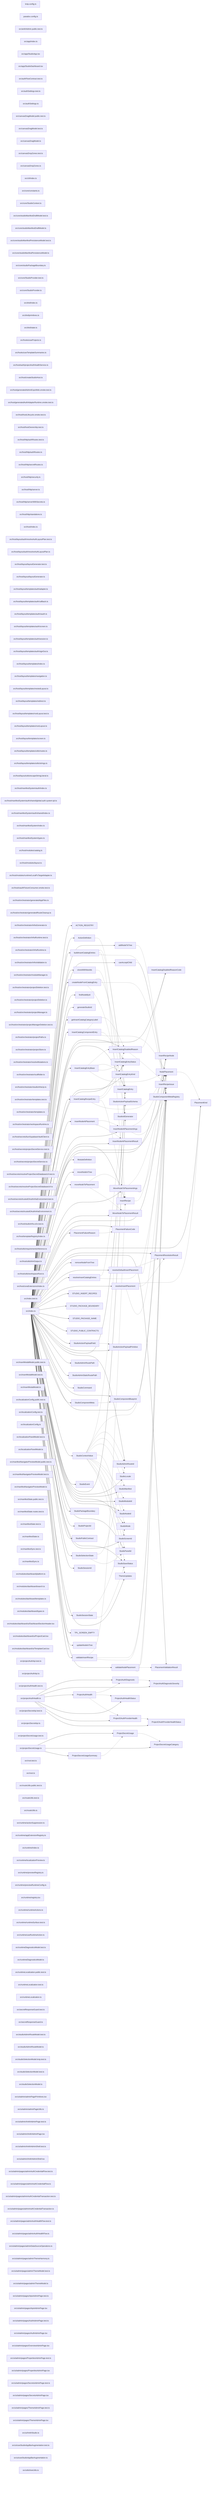
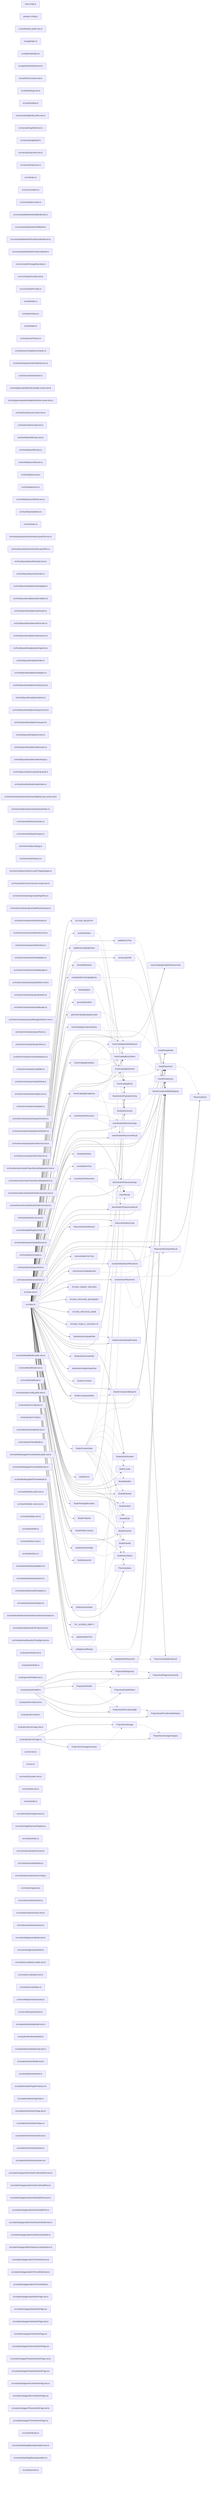
graph LR
  module_knip_config_ts["knip.config.ts"]
  module_paradox_config_ts["paradox.config.ts"]
  module_src_ankhAdmin_public_test_ts["src/ankhAdmin.public.test.ts"]
  module_src_app_index_ts["src/app/index.ts"]
  module_src_app_StudioApp_tsx["src/app/StudioApp.tsx"]
  module_src_app_StudioDashboard_tsx["src/app/StudioDashboard.tsx"]
  module_src_authFlowContract_test_ts["src/authFlowContract.test.ts"]
  module_src_authSettings_test_ts["src/authSettings.test.ts"]
  module_src_authSettings_ts["src/authSettings.ts"]
  module_src_canvasDragModel_public_test_ts["src/canvasDragModel.public.test.ts"]
  module_src_canvasDragModel_test_ts["src/canvasDragModel.test.ts"]
  module_src_canvasDragModel_ts["src/canvasDragModel.ts"]
  module_src_canvasDropZones_test_ts["src/canvasDropZones.test.ts"]
  module_src_canvasDropZones_ts["src/canvasDropZones.ts"]
  module_src_cli_index_ts["src/cli/index.ts"]
  module_src_core_constants_ts["src/core/constants.ts"]
  module_src_core_StudioContext_ts["src/core/StudioContext.ts"]
  module_src_core_studioManifestDraftModel_test_ts["src/core/studioManifestDraftModel.test.ts"]
  module_src_core_studioManifestDraftModel_ts["src/core/studioManifestDraftModel.ts"]
  module_src_core_studioManifestPersistenceModel_test_ts["src/core/studioManifestPersistenceModel.test.ts"]
  module_src_core_studioManifestPersistenceModel_ts["src/core/studioManifestPersistenceModel.ts"]
  module_src_core_studioPackageBoundary_ts["src/core/studioPackageBoundary.ts"]
  module_src_core_StudioProvider_test_ts["src/core/StudioProvider.test.ts"]
  module_src_core_StudioProvider_ts["src/core/StudioProvider.ts"]
  module_src_dnd_index_ts["src/dnd/index.ts"]
  module_src_dnd_primitives_ts["src/dnd/primitives.ts"]
  module_src_dnd_state_ts["src/dnd/state.ts"]
  module_src_hooks_useProjects_ts["src/hooks/useProjects.ts"]
  module_src_hooks_useTemplateSummaries_ts["src/hooks/useTemplateSummaries.ts"]
  module_src_host_auth_projectAuthHealthService_ts["src/host/auth/projectAuthHealthService.ts"]
  module_src_host_createStudioHost_ts["src/host/createStudioHost.ts"]
  module_src_host_generatedAdminExpoWeb_smoke_test_ts["src/host/generatedAdminExpoWeb.smoke.test.ts"]
  module_src_host_generatedAuthAdapterRuntime_smoke_test_ts["src/host/generatedAuthAdapterRuntime.smoke.test.ts"]
  module_src_host_hostLifecycle_smoke_test_ts["src/host/hostLifecycle.smoke.test.ts"]
  module_src_host_hostOwnership_test_ts["src/host/hostOwnership.test.ts"]
  module_src_host_http_authRoutes_test_ts["src/host/http/authRoutes.test.ts"]
  module_src_host_http_authRoutes_ts["src/host/http/authRoutes.ts"]
  module_src_host_http_secretRoutes_ts["src/host/http/secretRoutes.ts"]
  module_src_host_http_security_ts["src/host/http/security.ts"]
  module_src_host_http_server_ts["src/host/http/server.ts"]
  module_src_host_http_serverWithSecrets_ts["src/host/http/serverWithSecrets.ts"]
  module_src_host_http_standalone_ts["src/host/http/standalone.ts"]
  module_src_host_index_ts["src/host/index.ts"]
  module_src_host_layout_auth_resolveAuthLayoutPlan_test_ts["src/host/layout/auth/resolveAuthLayoutPlan.test.ts"]
  module_src_host_layout_auth_resolveAuthLayoutPlan_ts["src/host/layout/auth/resolveAuthLayoutPlan.ts"]
  module_src_host_layout_layoutGenerator_test_ts["src/host/layout/layoutGenerator.test.ts"]
  module_src_host_layout_layoutGenerator_ts["src/host/layout/layoutGenerator.ts"]
  module_src_host_layout_templates_auth_adapter_ts["src/host/layout/templates/auth/adapter.ts"]
  module_src_host_layout_templates_auth_callback_ts["src/host/layout/templates/auth/callback.ts"]
  module_src_host_layout_templates_auth_oauth_ts["src/host/layout/templates/auth/oauth.ts"]
  module_src_host_layout_templates_auth_screen_ts["src/host/layout/templates/auth/screen.ts"]
  module_src_host_layout_templates_auth_session_ts["src/host/layout/templates/auth/session.ts"]
  module_src_host_layout_templates_auth_signOut_ts["src/host/layout/templates/auth/signOut.ts"]
  module_src_host_layout_templates_index_ts["src/host/layout/templates/index.ts"]
  module_src_host_layout_templates_navigation_ts["src/host/layout/templates/navigation.ts"]
  module_src_host_layout_templates_nestedLayout_ts["src/host/layout/templates/nestedLayout.ts"]
  module_src_host_layout_templates_redirect_ts["src/host/layout/templates/redirect.ts"]
  module_src_host_layout_templates_rootLayout_test_ts["src/host/layout/templates/rootLayout.test.ts"]
  module_src_host_layout_templates_rootLayout_ts["src/host/layout/templates/rootLayout.ts"]
  module_src_host_layout_templates_screen_ts["src/host/layout/templates/screen.ts"]
  module_src_host_layout_templates_utils_routes_ts["src/host/layout/templates/utils/routes.ts"]
  module_src_host_layout_templates_utils_strings_ts["src/host/layout/templates/utils/strings.ts"]
  module_src_host_layout_utils_escapeStringLiteral_ts["src/host/layout/utils/escapeStringLiteral.ts"]
  module_src_host_manifestSystem_auth_index_ts["src/host/manifestSystem/auth/index.ts"]
  module_src_host_manifestSystem_auth_shared_global_auth_system_tpl_ts["src/host/manifestSystem/auth/shared/global.auth.system.tpl.ts"]
  module_src_host_manifestSystem_auth_shared_index_ts["src/host/manifestSystem/auth/shared/index.ts"]
  module_src_host_manifestSystem_index_ts["src/host/manifestSystem/index.ts"]
  module_src_host_manifestSystem_types_ts["src/host/manifestSystem/types.ts"]
  module_src_host_modules_catalog_ts["src/host/modules/catalog.ts"]
  module_src_host_modules_layout_ts["src/host/modules/layout.ts"]
  module_src_host_modules_runtime_LocalFsTargetAdapter_ts["src/host/modules/runtime/LocalFsTargetAdapter.ts"]
  module_src_host_oauthFixtureConsumer_smoke_test_ts["src/host/oauthFixtureConsumer.smoke.test.ts"]
  module_src_host_orchestrator_generatedAppFiles_ts["src/host/orchestrator/generatedAppFiles.ts"]
  module_src_host_orchestrator_generatedRouteCleanup_ts["src/host/orchestrator/generatedRouteCleanup.ts"]
  module_src_host_orchestrator_infraGenerator_ts["src/host/orchestrator/infraGenerator.ts"]
  module_src_host_orchestrator_infraRuntime_test_ts["src/host/orchestrator/infraRuntime.test.ts"]
  module_src_host_orchestrator_infraRuntime_ts["src/host/orchestrator/infraRuntime.ts"]
  module_src_host_orchestrator_infraValidation_ts["src/host/orchestrator/infraValidation.ts"]
  module_src_host_orchestrator_moduleManager_ts["src/host/orchestrator/moduleManager.ts"]
  module_src_host_orchestrator_projectDeletion_test_ts["src/host/orchestrator/projectDeletion.test.ts"]
  module_src_host_orchestrator_projectDeletion_ts["src/host/orchestrator/projectDeletion.ts"]
  module_src_host_orchestrator_projectManager_ts["src/host/orchestrator/projectManager.ts"]
  module_src_host_orchestrator_projectManagerDeletion_test_ts["src/host/orchestrator/projectManagerDeletion.test.ts"]
  module_src_host_orchestrator_projectPaths_ts["src/host/orchestrator/projectPaths.ts"]
  module_src_host_orchestrator_projectStore_ts["src/host/orchestrator/projectStore.ts"]
  module_src_host_orchestrator_resolveMutations_ts["src/host/orchestrator/resolveMutations.ts"]
  module_src_host_orchestrator_scaffolder_ts["src/host/orchestrator/scaffolder.ts"]
  module_src_host_orchestrator_studioInfraUp_ts["src/host/orchestrator/studioInfraUp.ts"]
  module_src_host_orchestrator_templates_test_ts["src/host/orchestrator/templates.test.ts"]
  module_src_host_orchestrator_templates_ts["src/host/orchestrator/templates.ts"]
  module_src_host_orchestrator_workspaceRuntime_ts["src/host/orchestrator/workspaceRuntime.ts"]
  module_src_host_secrets_bunSupabaseVaultClient_ts["src/host/secrets/bunSupabaseVaultClient.ts"]
  module_src_host_secrets_projectSecretService_test_ts["src/host/secrets/projectSecretService.test.ts"]
  module_src_host_secrets_projectSecretService_ts["src/host/secrets/projectSecretService.ts"]
  module_src_host_secrets_resolveProjectSecretDatabaseUrl_test_ts["src/host/secrets/resolveProjectSecretDatabaseUrl.test.ts"]
  module_src_host_secrets_resolveProjectSecretDatabaseUrl_ts["src/host/secrets/resolveProjectSecretDatabaseUrl.ts"]
  module_src_host_secrets_trustedOAuthInfraEnvironment_test_ts["src/host/secrets/trustedOAuthInfraEnvironment.test.ts"]
  module_src_host_secrets_trustedOAuthInfraEnvironment_ts["src/host/secrets/trustedOAuthInfraEnvironment.ts"]
  module_src_host_studioInfra_e2e_test_ts["src/host/studioInfra.e2e.test.ts"]
  module_src_host_templateRegistry_index_ts["src/host/templateRegistry/index.ts"]
  module_src_host_utils_requirementsInference_ts["src/host/utils/requirementsInference.ts"]
  module_src_host_utils_trimOutput_ts["src/host/utils/trimOutput.ts"]
  module_src_host_utils_workspaceRoot_ts["src/host/utils/workspaceRoot.ts"]
  module_src_host_zoraExtensions_index_ts["src/host/zoraExtensions/index.ts"]
  module_src_index_test_ts["src/index.test.ts"]
  module_src_index_ts["src/index.ts"]
  module_src_insertModalModel_public_test_ts["src/insertModalModel.public.test.ts"]
  module_src_insertModalModel_test_ts["src/insertModalModel.test.ts"]
  module_src_insertModalModel_ts["src/insertModalModel.ts"]
  module_src_localizationConfig_public_test_ts["src/localizationConfig.public.test.ts"]
  module_src_localizationConfig_test_ts["src/localizationConfig.test.ts"]
  module_src_localizationConfig_ts["src/localizationConfig.ts"]
  module_src_localizationPanelModel_test_ts["src/localizationPanelModel.test.ts"]
  module_src_localizationPanelModel_ts["src/localizationPanelModel.ts"]
  module_src_manifestNavigatorPreviewModel_public_test_ts["src/manifestNavigatorPreviewModel.public.test.ts"]
  module_src_manifestNavigatorPreviewModel_test_ts["src/manifestNavigatorPreviewModel.test.ts"]
  module_src_manifestNavigatorPreviewModel_ts["src/manifestNavigatorPreviewModel.ts"]
  module_src_manifestState_public_test_ts["src/manifestState.public.test.ts"]
  module_src_manifestState_routes_test_ts["src/manifestState.routes.test.ts"]
  module_src_manifestState_test_ts["src/manifestState.test.ts"]
  module_src_manifestState_ts["src/manifestState.ts"]
  module_src_manifestSync_test_ts["src/manifestSync.test.ts"]
  module_src_manifestSync_ts["src/manifestSync.ts"]
  module_src_modules_dashboard_platform_ts["src/modules/dashboard/platform.ts"]
  module_src_modules_dashboard_search_ts["src/modules/dashboard/search.ts"]
  module_src_modules_dashboard_templates_ts["src/modules/dashboard/templates.ts"]
  module_src_modules_dashboard_types_ts["src/modules/dashboard/types.ts"]
  module_src_modules_dashboard_ui_DashboardSectionHeader_tsx["src/modules/dashboard/ui/DashboardSectionHeader.tsx"]
  module_src_modules_dashboard_ui_ProjectCard_tsx["src/modules/dashboard/ui/ProjectCard.tsx"]
  module_src_modules_dashboard_ui_TemplateCard_tsx["src/modules/dashboard/ui/TemplateCard.tsx"]
  module_src_projectAuthApi_test_ts["src/projectAuthApi.test.ts"]
  module_src_projectAuthApi_ts["src/projectAuthApi.ts"]
  module_src_projectAuthHealth_test_ts["src/projectAuthHealth.test.ts"]
  module_src_projectAuthHealth_ts["src/projectAuthHealth.ts"]
  module_src_projectSecretApi_test_ts["src/projectSecretApi.test.ts"]
  module_src_projectSecretApi_ts["src/projectSecretApi.ts"]
  module_src_projectSecretUsage_test_ts["src/projectSecretUsage.test.ts"]
  module_src_projectSecretUsage_ts["src/projectSecretUsage.ts"]
  module_src_root_test_ts["src/root.test.ts"]
  module_src_root_ts["src/root.ts"]
  module_src_routeUtils_public_test_ts["src/routeUtils.public.test.ts"]
  module_src_routeUtils_test_ts["src/routeUtils.test.ts"]
  module_src_routeUtils_ts["src/routeUtils.ts"]
  module_src_runtime_actionSuppression_ts["src/runtime/actionSuppression.ts"]
  module_src_runtime_appExtensionRegistry_ts["src/runtime/appExtensionRegistry.ts"]
  module_src_runtime_index_ts["src/runtime/index.ts"]
  module_src_runtime_localizationPreview_ts["src/runtime/localizationPreview.ts"]
  module_src_runtime_previewRegistry_ts["src/runtime/previewRegistry.ts"]
  module_src_runtime_previewRuntimeConfig_ts["src/runtime/previewRuntimeConfig.ts"]
  module_src_runtime_registry_tsx["src/runtime/registry.tsx"]
  module_src_runtime_runtimeActions_ts["src/runtime/runtimeActions.ts"]
  module_src_runtime_runtimeSurface_test_ts["src/runtime/runtimeSurface.test.ts"]
  module_src_runtime_useRuntimeAction_ts["src/runtime/useRuntimeAction.ts"]
  module_src_runtimeDiagnosticsModel_test_ts["src/runtimeDiagnosticsModel.test.ts"]
  module_src_runtimeDiagnosticsModel_ts["src/runtimeDiagnosticsModel.ts"]
  module_src_runtimeLocalization_public_test_ts["src/runtimeLocalization.public.test.ts"]
  module_src_runtimeLocalization_test_ts["src/runtimeLocalization.test.ts"]
  module_src_runtimeLocalization_ts["src/runtimeLocalization.ts"]
  module_src_secretResponseGuard_test_ts["src/secretResponseGuard.test.ts"]
  module_src_secretResponseGuard_ts["src/secretResponseGuard.ts"]
  module_src_studioAdminRouteModel_test_ts["src/studioAdminRouteModel.test.ts"]
  module_src_studioAdminRouteModel_ts["src/studioAdminRouteModel.ts"]
  module_src_studioSelectionModel_knip_test_ts["src/studioSelectionModel.knip.test.ts"]
  module_src_studioSelectionModel_test_ts["src/studioSelectionModel.test.ts"]
  module_src_studioSelectionModel_ts["src/studioSelectionModel.ts"]
  module_src_ui_admin_adminPagePrimitives_tsx["src/ui/admin/adminPagePrimitives.tsx"]
  module_src_ui_admin_adminPageUtils_ts["src/ui/admin/adminPageUtils.ts"]
  module_src_ui_admin_AnkhAdminPage_test_ts["src/ui/admin/AnkhAdminPage.test.ts"]
  module_src_ui_admin_AnkhAdminPage_tsx["src/ui/admin/AnkhAdminPage.tsx"]
  module_src_ui_admin_AnkhAdminShell_test_ts["src/ui/admin/AnkhAdminShell.test.ts"]
  module_src_ui_admin_AnkhAdminShell_tsx["src/ui/admin/AnkhAdminShell.tsx"]
+   module_src_ui_admin_AuthAdminSession_tsx["src/ui/admin/AuthAdminSession.tsx"]
  module_src_ui_admin_pages_adminAuthCredentialFlow_test_ts["src/ui/admin/pages/adminAuthCredentialFlow.test.ts"]
  module_src_ui_admin_pages_adminAuthCredentialFlow_ts["src/ui/admin/pages/adminAuthCredentialFlow.ts"]
-   module_src_ui_admin_pages_adminAuthCredentialTransaction_test_ts["src/ui/admin/pages/adminAuthCredentialTransaction.test.ts"]
-   module_src_ui_admin_pages_adminAuthCredentialTransaction_ts["src/ui/admin/pages/adminAuthCredentialTransaction.ts"]
  module_src_ui_admin_pages_adminAuthHealthFlow_test_ts["src/ui/admin/pages/adminAuthHealthFlow.test.ts"]
  module_src_ui_admin_pages_adminAuthHealthFlow_ts["src/ui/admin/pages/adminAuthHealthFlow.ts"]
+   module_src_ui_admin_pages_adminAuthSessionModel_test_ts["src/ui/admin/pages/adminAuthSessionModel.test.ts"]
+   module_src_ui_admin_pages_adminAuthSessionModel_ts["src/ui/admin/pages/adminAuthSessionModel.ts"]
  module_src_ui_admin_pages_adminDataSourceOperations_ts["src/ui/admin/pages/adminDataSourceOperations.ts"]
  module_src_ui_admin_pages_adminThemeHarmony_ts["src/ui/admin/pages/adminThemeHarmony.ts"]
  module_src_ui_admin_pages_adminThemeModel_test_ts["src/ui/admin/pages/adminThemeModel.test.ts"]
  module_src_ui_admin_pages_adminThemeModel_ts["src/ui/admin/pages/adminThemeModel.ts"]
  module_src_ui_admin_pages_ApisAdminPage_test_ts["src/ui/admin/pages/ApisAdminPage.test.ts"]
  module_src_ui_admin_pages_ApisAdminPage_tsx["src/ui/admin/pages/ApisAdminPage.tsx"]
  module_src_ui_admin_pages_AuthAdminPage_test_ts["src/ui/admin/pages/AuthAdminPage.test.ts"]
  module_src_ui_admin_pages_AuthAdminPage_tsx["src/ui/admin/pages/AuthAdminPage.tsx"]
  module_src_ui_admin_pages_OverviewAdminPage_tsx["src/ui/admin/pages/OverviewAdminPage.tsx"]
  module_src_ui_admin_pages_PropertiesAdminPage_test_ts["src/ui/admin/pages/PropertiesAdminPage.test.ts"]
  module_src_ui_admin_pages_PropertiesAdminPage_tsx["src/ui/admin/pages/PropertiesAdminPage.tsx"]
  module_src_ui_admin_pages_SecretsAdminPage_test_ts["src/ui/admin/pages/SecretsAdminPage.test.ts"]
  module_src_ui_admin_pages_SecretsAdminPage_tsx["src/ui/admin/pages/SecretsAdminPage.tsx"]
  module_src_ui_admin_pages_ThemeAdminPage_test_ts["src/ui/admin/pages/ThemeAdminPage.test.ts"]
  module_src_ui_admin_pages_ThemeAdminPage_tsx["src/ui/admin/pages/ThemeAdminPage.tsx"]
  module_src_ui_AnkhStudio_ts["src/ui/AnkhStudio.ts"]
  module_src_ui_useStudioAppBarAugmentation_test_ts["src/ui/useStudioAppBarAugmentation.test.ts"]
  module_src_ui_useStudioAppBarAugmentation_ts["src/ui/useStudioAppBarAugmentation.ts"]
  module_src_utils_treeUtils_ts["src/utils/treeUtils.ts"]
  export_ACTION_REGISTRY["ACTION_REGISTRY"]
  module_src_index_ts --> export_ACTION_REGISTRY
  export_ActionDefinition["ActionDefinition"]
  module_src_index_ts --> export_ActionDefinition
  export_ActionDefinition -.-> export_StudioActionPayloadSchema
  export_addNodeToTree["addNodeToTree"]
  module_src_index_ts --> export_addNodeToTree
  export_addNodeToTree -.-> export_StudioComponentMetaRegistry
  export_buildInsertCatalogEntries["buildInsertCatalogEntries"]
  module_src_index_ts --> export_buildInsertCatalogEntries
  export_buildInsertCatalogEntries -.-> export_InsertCatalogEntry
  export_buildInsertCatalogEntries -.-> export_InsertRecipe
  export_buildInsertCatalogEntries -.-> export_StudioComponentMetaRegistry
  export_canAcceptChild["canAcceptChild"]
  module_src_index_ts --> export_canAcceptChild
  export_canAcceptChild -.-> export_StudioComponentMetaRegistry
  export_cloneWithNewIds["cloneWithNewIds"]
  module_src_index_ts --> export_cloneWithNewIds
  export_cloneWithNewIds -.-> export_StudioIdGenerator
  export_createNodeFromCatalogEntry["createNodeFromCatalogEntry"]
  module_src_index_ts --> export_createNodeFromCatalogEntry
  export_createNodeFromCatalogEntry -.-> export_InsertCatalogEntry
  export_createNodeFromCatalogEntry -.-> export_StudioComponentMetaRegistry
  export_createNodeFromCatalogEntry -.-> export_StudioIdGenerator
  export_findNodeById["findNodeById"]
  module_src_index_ts --> export_findNodeById
  export_generateStudioId["generateStudioId"]
  module_src_index_ts --> export_generateStudioId
  export_getInsertCatalogCategoryLabel["getInsertCatalogCategoryLabel"]
  module_src_index_ts --> export_getInsertCatalogCategoryLabel
  export_InsertCatalogComponentEntry["InsertCatalogComponentEntry"]
  module_src_index_ts --> export_InsertCatalogComponentEntry
  export_InsertCatalogComponentEntry -.-> export_InsertCatalogDisabledReason
  export_InsertCatalogComponentEntry -.-> export_InsertCatalogEntryStatus
  export_InsertCatalogComponentEntry -.-> export_NodePlacement
  export_InsertCatalogDisabledReason["InsertCatalogDisabledReason"]
  module_src_index_ts --> export_InsertCatalogDisabledReason
  export_InsertCatalogDisabledReason -.-> export_InsertCatalogDisabledReasonCode
  export_InsertCatalogDisabledReason -.-> export_InsertRecipeIssue
  export_InsertCatalogDisabledReasonCode["InsertCatalogDisabledReasonCode"]
  module_src_index_ts --> export_InsertCatalogDisabledReasonCode
  export_InsertCatalogEntry["InsertCatalogEntry"]
  module_src_index_ts --> export_InsertCatalogEntry
  export_InsertCatalogEntryBase["InsertCatalogEntryBase"]
  module_src_index_ts --> export_InsertCatalogEntryBase
  export_InsertCatalogEntryBase -.-> export_InsertCatalogDisabledReason
  export_InsertCatalogEntryBase -.-> export_InsertCatalogEntryKind
  export_InsertCatalogEntryBase -.-> export_InsertCatalogEntryStatus
  export_InsertCatalogEntryBase -.-> export_NodePlacement
  export_InsertCatalogEntryKind["InsertCatalogEntryKind"]
  module_src_index_ts --> export_InsertCatalogEntryKind
  export_InsertCatalogEntryStatus["InsertCatalogEntryStatus"]
  module_src_index_ts --> export_InsertCatalogEntryStatus
  export_InsertCatalogRecipeEntry["InsertCatalogRecipeEntry"]
  module_src_index_ts --> export_InsertCatalogRecipeEntry
  export_InsertCatalogRecipeEntry -.-> export_InsertCatalogDisabledReason
  export_InsertCatalogRecipeEntry -.-> export_InsertCatalogEntryStatus
  export_InsertCatalogRecipeEntry -.-> export_InsertRecipe
  export_InsertCatalogRecipeEntry -.-> export_NodePlacement
  export_insertNodeAtPlacement["insertNodeAtPlacement"]
  module_src_index_ts --> export_insertNodeAtPlacement
  export_insertNodeAtPlacement -.-> export_InsertNodeAtPlacementArgs
  export_insertNodeAtPlacement -.-> export_InsertNodeAtPlacementResult
  export_InsertNodeAtPlacementArgs["InsertNodeAtPlacementArgs"]
  module_src_index_ts --> export_InsertNodeAtPlacementArgs
  export_InsertNodeAtPlacementArgs -.-> export_NodePlacement
  export_InsertNodeAtPlacementArgs -.-> export_StudioComponentMetaRegistry
  export_InsertNodeAtPlacementResult["InsertNodeAtPlacementResult"]
  module_src_index_ts --> export_InsertNodeAtPlacementResult
  export_InsertRecipe["InsertRecipe"]
  module_src_index_ts --> export_InsertRecipe
  export_InsertRecipe -.-> export_InsertRecipeNode
  export_InsertRecipeIssue["InsertRecipeIssue"]
  module_src_index_ts --> export_InsertRecipeIssue
  export_InsertRecipeNode["InsertRecipeNode"]
  module_src_index_ts --> export_InsertRecipeNode
  export_ModuleDefinition["ModuleDefinition"]
  module_src_index_ts --> export_ModuleDefinition
  export_moveNodeInTree["moveNodeInTree"]
  module_src_index_ts --> export_moveNodeInTree
  export_moveNodeToPlacement["moveNodeToPlacement"]
  module_src_index_ts --> export_moveNodeToPlacement
  export_moveNodeToPlacement -.-> export_MoveNodeToPlacementArgs
  export_moveNodeToPlacement -.-> export_MoveNodeToPlacementResult
  export_MoveNodeToPlacementArgs["MoveNodeToPlacementArgs"]
  module_src_index_ts --> export_MoveNodeToPlacementArgs
  export_MoveNodeToPlacementArgs -.-> export_NodePlacement
  export_MoveNodeToPlacementArgs -.-> export_StudioComponentMetaRegistry
  export_MoveNodeToPlacementResult["MoveNodeToPlacementResult"]
  module_src_index_ts --> export_MoveNodeToPlacementResult
  export_NodePlacement["NodePlacement"]
  module_src_index_ts --> export_NodePlacement
  export_NodePlacement -.-> export_PlacementKind
  export_PlacementFailureCode["PlacementFailureCode"]
  module_src_index_ts --> export_PlacementFailureCode
  export_PlacementFailureReason["PlacementFailureReason"]
  module_src_index_ts --> export_PlacementFailureReason
  export_PlacementFailureReason -.-> export_PlacementFailureCode
  export_PlacementKind["PlacementKind"]
  module_src_index_ts --> export_PlacementKind
  export_PlacementResolutionResult["PlacementResolutionResult"]
  module_src_index_ts --> export_PlacementResolutionResult
  export_PlacementValidationResult["PlacementValidationResult"]
  module_src_index_ts --> export_PlacementValidationResult
  export_ProjectAuthDiagnostic["ProjectAuthDiagnostic"]
  module_src_projectAuthHealth_ts --> export_ProjectAuthDiagnostic
  export_ProjectAuthDiagnostic -.-> export_ProjectAuthDiagnosticSeverity
  export_ProjectAuthDiagnosticSeverity["ProjectAuthDiagnosticSeverity"]
  module_src_projectAuthHealth_ts --> export_ProjectAuthDiagnosticSeverity
  export_ProjectAuthHealth["ProjectAuthHealth"]
  module_src_projectAuthHealth_ts --> export_ProjectAuthHealth
  export_ProjectAuthHealth -.-> export_ProjectAuthDiagnostic
  export_ProjectAuthHealth -.-> export_ProjectAuthHealthStatus
  export_ProjectAuthHealth -.-> export_ProjectOAuthProviderHealth
  export_ProjectAuthHealthStatus["ProjectAuthHealthStatus"]
  module_src_projectAuthHealth_ts --> export_ProjectAuthHealthStatus
  export_ProjectOAuthProviderHealth["ProjectOAuthProviderHealth"]
  module_src_projectAuthHealth_ts --> export_ProjectOAuthProviderHealth
  export_ProjectOAuthProviderHealth -.-> export_ProjectOAuthProviderHealthStatus
  export_ProjectOAuthProviderHealthStatus["ProjectOAuthProviderHealthStatus"]
  module_src_projectAuthHealth_ts --> export_ProjectOAuthProviderHealthStatus
  export_ProjectSecretUsage["ProjectSecretUsage"]
  module_src_projectSecretUsage_ts --> export_ProjectSecretUsage
  export_ProjectSecretUsage -.-> export_ProjectSecretUsageCategory
  export_ProjectSecretUsageCategory["ProjectSecretUsageCategory"]
  module_src_projectSecretUsage_ts --> export_ProjectSecretUsageCategory
  export_ProjectSecretUsageSummary["ProjectSecretUsageSummary"]
  module_src_projectSecretUsage_ts --> export_ProjectSecretUsageSummary
  export_ProjectSecretUsageSummary -.-> export_ProjectSecretUsage
  export_removeNodeFromTree["removeNodeFromTree"]
  module_src_index_ts --> export_removeNodeFromTree
  export_resolveDefaultInsertPlacement["resolveDefaultInsertPlacement"]
  module_src_index_ts --> export_resolveDefaultInsertPlacement
  export_resolveDefaultInsertPlacement -.-> export_PlacementResolutionResult
  export_resolveDefaultInsertPlacement -.-> export_StudioComponentMetaRegistry
  export_resolveInsertCatalogEntries["resolveInsertCatalogEntries"]
  module_src_index_ts --> export_resolveInsertCatalogEntries
  export_resolveInsertCatalogEntries -.-> export_InsertCatalogEntry
  export_resolveInsertCatalogEntries -.-> export_StudioComponentMetaRegistry
  export_resolveInsertPlacement["resolveInsertPlacement"]
  module_src_index_ts --> export_resolveInsertPlacement
  export_resolveInsertPlacement -.-> export_PlacementKind
  export_resolveInsertPlacement -.-> export_PlacementResolutionResult
  export_resolveInsertPlacement -.-> export_StudioComponentMetaRegistry
  export_STUDIO_INSERT_RECIPES["STUDIO_INSERT_RECIPES"]
  module_src_index_ts --> export_STUDIO_INSERT_RECIPES
  export_STUDIO_PACKAGE_BOUNDARY["STUDIO_PACKAGE_BOUNDARY"]
  module_src_index_ts --> export_STUDIO_PACKAGE_BOUNDARY
  export_STUDIO_PACKAGE_NAME["STUDIO_PACKAGE_NAME"]
  module_src_index_ts --> export_STUDIO_PACKAGE_NAME
  export_STUDIO_PUBLIC_CONTRACTS["STUDIO_PUBLIC_CONTRACTS"]
  module_src_index_ts --> export_STUDIO_PUBLIC_CONTRACTS
  export_StudioActionPayloadField["StudioActionPayloadField"]
  module_src_index_ts --> export_StudioActionPayloadField
  export_StudioActionPayloadField -.-> export_StudioActionPayloadPrimitive
  export_StudioActionPayloadPrimitive["StudioActionPayloadPrimitive"]
  module_src_index_ts --> export_StudioActionPayloadPrimitive
  export_StudioActionPayloadSchema["StudioActionPayloadSchema"]
  module_src_index_ts --> export_StudioActionPayloadSchema
  export_StudioAdminRouteId["StudioAdminRouteId"]
  module_src_index_ts --> export_StudioAdminRouteId
  export_StudioAdminRoutePath["StudioAdminRoutePath"]
  module_src_index_ts --> export_StudioAdminRoutePath
  export_StudioAdminStaticRoutePath["StudioAdminStaticRoutePath"]
  module_src_index_ts --> export_StudioAdminStaticRoutePath
  export_StudioCommand["StudioCommand"]
  module_src_index_ts --> export_StudioCommand
  export_StudioComponentBlueprint["StudioComponentBlueprint"]
  module_src_index_ts --> export_StudioComponentBlueprint
  export_StudioComponentMeta["StudioComponentMeta"]
  module_src_index_ts --> export_StudioComponentMeta
  export_StudioComponentMeta -.-> export_StudioComponentBlueprint
  export_StudioComponentMetaRegistry["StudioComponentMetaRegistry"]
  module_src_index_ts --> export_StudioComponentMetaRegistry
  export_StudioContextValue["StudioContextValue"]
  module_src_index_ts --> export_StudioContextValue
  export_StudioContextValue -.-> export_InsertCatalogEntry
  export_StudioContextValue -.-> export_NodePlacement
  export_StudioContextValue -.-> export_StudioAdminRouteId
  export_StudioContextValue -.-> export_StudioLocale
  export_StudioContextValue -.-> export_StudioManifest
  export_StudioContextValue -.-> export_StudioMode
  export_StudioContextValue -.-> export_StudioModuleId
  export_StudioContextValue -.-> export_StudioNodeId
  export_StudioContextValue -.-> export_StudioPanelId
  export_StudioContextValue -.-> export_StudioSaveStatus
  export_StudioContextValue -.-> export_StudioScreenId
  export_StudioContextValue -.-> export_ThemeUpdates
  export_StudioEvent["StudioEvent"]
  module_src_index_ts --> export_StudioEvent
  export_StudioIdGenerator["StudioIdGenerator"]
  module_src_index_ts --> export_StudioIdGenerator
  export_StudioLocale["StudioLocale"]
  module_src_index_ts --> export_StudioLocale
  export_StudioManifest["StudioManifest"]
  module_src_index_ts --> export_StudioManifest
  export_StudioMode["StudioMode"]
  module_src_index_ts --> export_StudioMode
  export_StudioModuleId["StudioModuleId"]
  module_src_index_ts --> export_StudioModuleId
  export_StudioNodeId["StudioNodeId"]
  module_src_index_ts --> export_StudioNodeId
  export_StudioPackageBoundary["StudioPackageBoundary"]
  module_src_index_ts --> export_StudioPackageBoundary
  export_StudioPanelId["StudioPanelId"]
  module_src_index_ts --> export_StudioPanelId
  export_StudioProjectId["StudioProjectId"]
  module_src_index_ts --> export_StudioProjectId
  export_StudioPublicContract["StudioPublicContract"]
  module_src_index_ts --> export_StudioPublicContract
  export_StudioSaveStatus["StudioSaveStatus"]
  module_src_index_ts --> export_StudioSaveStatus
  export_StudioScreenId["StudioScreenId"]
  module_src_index_ts --> export_StudioScreenId
  export_StudioSelectionState["StudioSelectionState"]
  module_src_index_ts --> export_StudioSelectionState
  export_StudioSelectionState -.-> export_StudioAdminRouteId
  export_StudioSelectionState -.-> export_StudioPanelId
  export_StudioSessionId["StudioSessionId"]
  module_src_index_ts --> export_StudioSessionId
  export_StudioSessionState["StudioSessionState"]
  module_src_index_ts --> export_StudioSessionState
  export_StudioSessionState -.-> export_StudioMode
  export_StudioSessionState -.-> export_StudioSaveStatus
  export_ThemeUpdates["ThemeUpdates"]
  module_src_index_ts --> export_ThemeUpdates
  export_TPL_SCREEN_EMPTY["TPL_SCREEN_EMPTY"]
  module_src_index_ts --> export_TPL_SCREEN_EMPTY
  export_updateNodeInTree["updateNodeInTree"]
  module_src_index_ts --> export_updateNodeInTree
  export_validateInsertRecipe["validateInsertRecipe"]
  module_src_index_ts --> export_validateInsertRecipe
  export_validateInsertRecipe -.-> export_InsertRecipe
  export_validateInsertRecipe -.-> export_InsertRecipeIssue
  export_validateInsertRecipe -.-> export_StudioComponentMetaRegistry
  export_validateNodePlacement["validateNodePlacement"]
  module_src_index_ts --> export_validateNodePlacement
  export_validateNodePlacement -.-> export_NodePlacement
  export_validateNodePlacement -.-> export_PlacementValidationResult
  export_validateNodePlacement -.-> export_StudioComponentMetaRegistry
